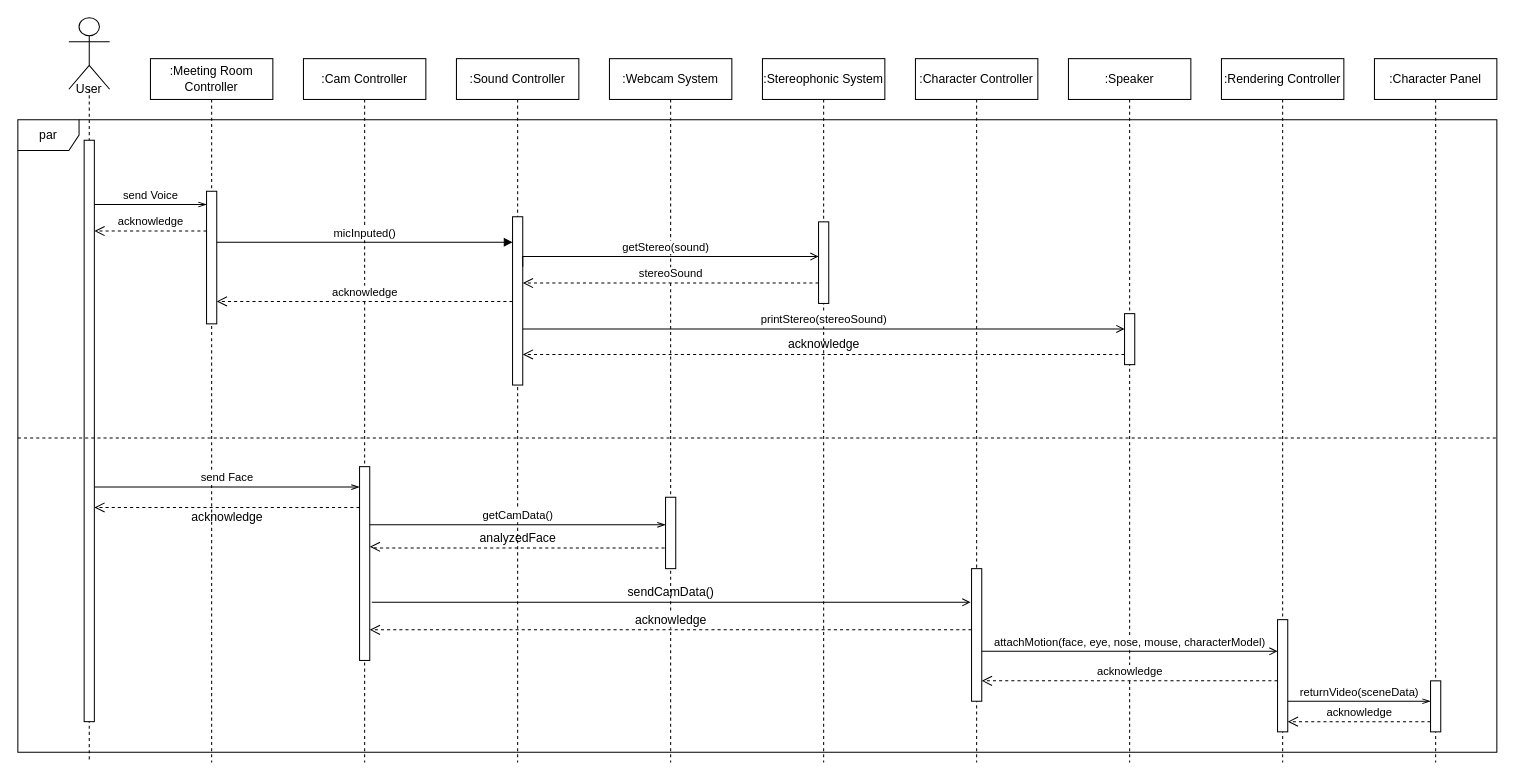
Earlier version of the draw.io diagram SD7(1).drawio (ONFFLine/Diagram). Source tidied: cells renumbered, new cells numbered last; positions are measured from the earlier drawing's top-left corner, leaving out a move shared by most shapes. Both pictures are drawn from the tidied source at 102%, with x=0, y=0 at pixel (17, 17).
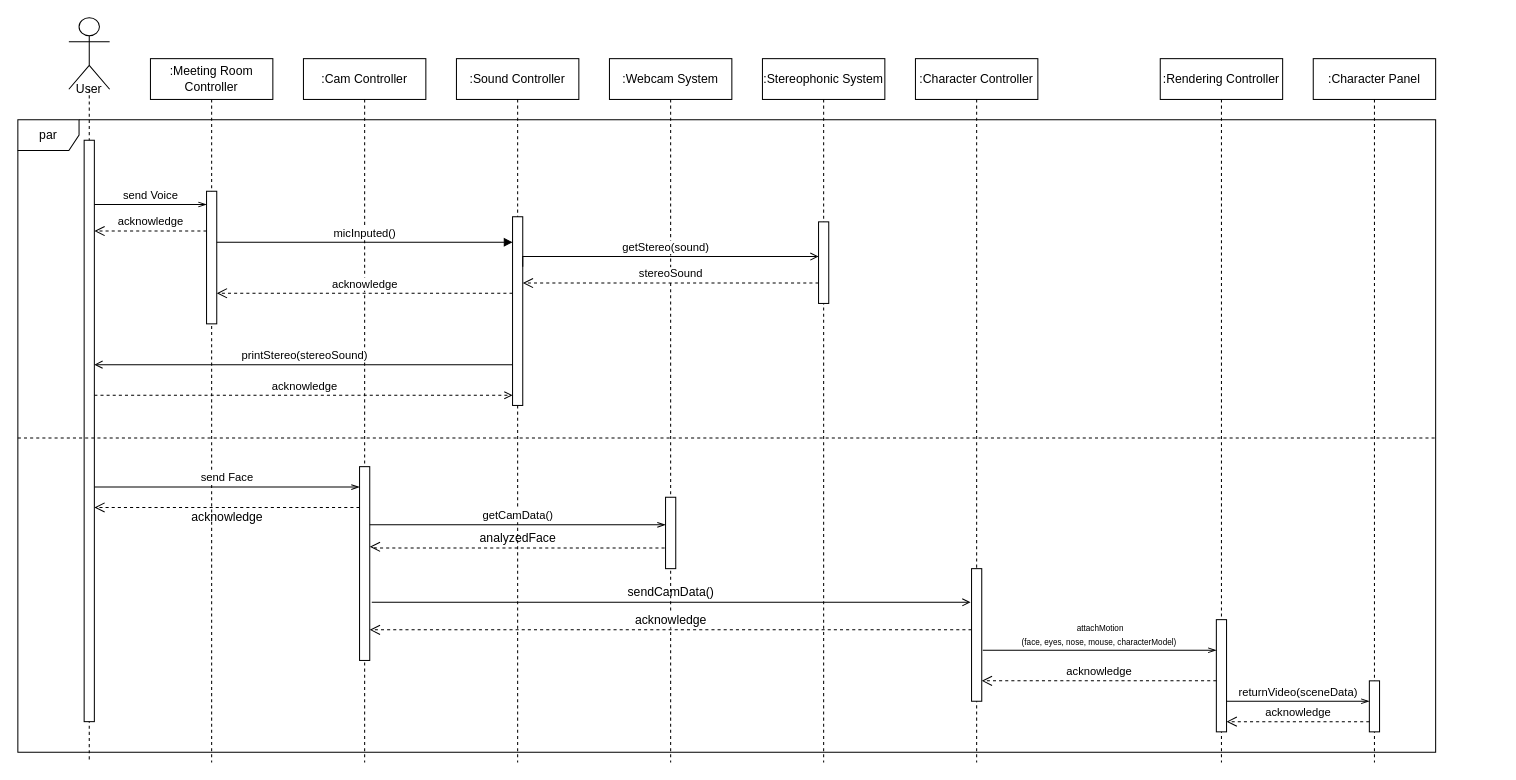
The same diagram, later.

Unchanged cells that the change refers to:
```xml
<mxCell id="7" value=":Sound Controller" style="shape=umlLifeline;perimeter=lifelinePerimeter;whiteSpace=wrap;html=1;" parent="1" vertex="1">
  <mxGeometry x="430" y="40" width="120" height="690" as="geometry" />
</mxCell>
<mxCell id="11" value=":Stereophonic System" style="shape=umlLifeline;perimeter=lifelinePerimeter;whiteSpace=wrap;html=1;" parent="1" vertex="1">
  <mxGeometry x="730" y="40" width="120" height="690" as="geometry" />
</mxCell>
<mxCell id="15" style="html=1;points=[];perimeter=orthogonalPerimeter;" parent="14" vertex="1">
  <mxGeometry x="55" y="500" width="10" height="130" as="geometry" />
</mxCell>
<mxCell id="19" style="html=1;points=[];perimeter=orthogonalPerimeter;" parent="18" vertex="1">
  <mxGeometry x="15" y="120" width="10" height="570" as="geometry" />
</mxCell>
<mxCell id="33" style="html=1;points=[];perimeter=orthogonalPerimeter;" parent="32" vertex="1">
  <mxGeometry x="55" y="550" width="10" height="110" as="geometry" />
</mxCell>
<mxCell id="35" style="html=1;points=[];perimeter=orthogonalPerimeter;" parent="34" vertex="1">
  <mxGeometry x="55" y="610" width="10" height="50" as="geometry" />
</mxCell>
```

Diff of the diagram source:
```diff
@@
     <mxCell id="2" value="par" style="shape=umlFrame;whiteSpace=wrap;html=1;" parent="1" vertex="1">
-      <mxGeometry y="100" width="1450" height="620" as="geometry" />
+      <mxGeometry y="100" width="1390" height="620" as="geometry" />
     </mxCell>
@@
     <mxCell id="8" style="html=1;points=[];perimeter=orthogonalPerimeter;" parent="7" vertex="1">
-      <mxGeometry x="55" y="155" width="10" height="165" as="geometry" />
+      <mxGeometry x="55" y="155" width="10" height="185" as="geometry" />
     </mxCell>
@@
-    <mxCell id="13" value="acknowledge" style="text;html=1;align=center;verticalAlign=middle;strokeColor=none;" parent="11" vertex="1">
-      <mxGeometry x="15" y="270" width="90" height="20" as="geometry" />
-    </mxCell>
@@
-    <mxCell id="16" value=":Speaker" style="shape=umlLifeline;perimeter=lifelinePerimeter;whiteSpace=wrap;html=1;" parent="1" vertex="1">
-      <mxGeometry x="1030" y="40" width="120" height="690" as="geometry" />
-    </mxCell>
-    <mxCell id="17" style="html=1;points=[];perimeter=orthogonalPerimeter;" parent="16" vertex="1">
-      <mxGeometry x="55" y="250" width="10" height="50" as="geometry" />
-    </mxCell>
@@
     <mxCell id="24" value="acknowledge" style="html=1;verticalAlign=bottom;endArrow=open;dashed=1;endSize=8;rounded=0;edgeStyle=orthogonalEdgeStyle;" parent="1" edge="1" source="8">
       <mxGeometry relative="1" as="geometry">
-        <mxPoint x="195" y="278" as="targetPoint" />
+        <mxPoint x="195" y="270" as="targetPoint" />
         <Array as="points">
-          <mxPoint x="195" y="278" />
+          <mxPoint x="195" y="270" />
         </Array>
       </mxGeometry>
     </mxCell>
@@
-    <mxCell id="26" value="printStereo(stereoSound)" style="html=1;verticalAlign=bottom;endArrow=open;rounded=0;edgeStyle=orthogonalEdgeStyle;endFill=0;" parent="1" edge="1" source="8" target="17">
-      <mxGeometry relative="1" as="geometry">
-        <Array as="points">
-          <mxPoint x="1000" y="305" />
-          <mxPoint x="1000" y="305" />
-        </Array>
-      </mxGeometry>
-    </mxCell>
-    <mxCell id="27" style="html=1;verticalAlign=bottom;endArrow=open;dashed=1;endSize=8;rounded=0;edgeStyle=orthogonalEdgeStyle;" parent="1" edge="1" source="17" target="8">
-      <mxGeometry relative="1" as="geometry">
-        <Array as="points">
-          <mxPoint x="640" y="330" />
-          <mxPoint x="640" y="330" />
-        </Array>
-      </mxGeometry>
-    </mxCell>
@@
     <mxCell id="32" value=":Rendering Controller" style="shape=umlLifeline;perimeter=lifelinePerimeter;whiteSpace=wrap;html=1;" parent="1" vertex="1">
-      <mxGeometry x="1180" y="40" width="120" height="690" as="geometry" />
+      <mxGeometry x="1120" y="40" width="120" height="690" as="geometry" />
     </mxCell>
@@
     <mxCell id="34" value=":Character Panel" style="shape=umlLifeline;perimeter=lifelinePerimeter;whiteSpace=wrap;html=1;" parent="1" vertex="1">
-      <mxGeometry x="1330" y="40" width="120" height="690" as="geometry" />
+      <mxGeometry x="1270" y="40" width="120" height="690" as="geometry" />
     </mxCell>
@@
-    <mxCell id="37" value="attachMotion(face, eye, nose, mouse, characterModel)" style="html=1;verticalAlign=bottom;endArrow=open;rounded=0;edgeStyle=orthogonalEdgeStyle;endFill=0;" parent="1" edge="1">
-      <mxGeometry relative="1" as="geometry">
-        <mxPoint x="945" y="621" as="sourcePoint" />
-        <mxPoint x="1235" y="621" as="targetPoint" />
-        <Array as="points">
-          <mxPoint x="1110" y="621" />
-          <mxPoint x="1110" y="621" />
-        </Array>
-      </mxGeometry>
-    </mxCell>
     <mxCell id="38" value="returnVideo(sceneData)" style="html=1;verticalAlign=bottom;endArrow=openThin;rounded=0;edgeStyle=orthogonalEdgeStyle;endFill=0;" parent="1" edge="1" source="33" target="35">
       <mxGeometry relative="1" as="geometry">
         <Array as="points">
-          <mxPoint x="1320" y="670" />
-          <mxPoint x="1320" y="670" />
+          <mxPoint x="1260" y="670" />
+          <mxPoint x="1260" y="670" />
         </Array>
       </mxGeometry>
     </mxCell>
     <mxCell id="39" value="acknowledge" style="html=1;verticalAlign=bottom;endArrow=open;dashed=1;endSize=8;rounded=0;edgeStyle=orthogonalEdgeStyle;" parent="1" edge="1" source="33" target="15">
       <mxGeometry relative="1" as="geometry">
         <Array as="points">
-          <mxPoint x="1190" y="650" />
-          <mxPoint x="1190" y="650" />
+          <mxPoint x="1080" y="650" />
+          <mxPoint x="1080" y="650" />
         </Array>
       </mxGeometry>
     </mxCell>
     <mxCell id="40" value="acknowledge" style="html=1;verticalAlign=bottom;endArrow=open;dashed=1;endSize=8;rounded=0;edgeStyle=orthogonalEdgeStyle;" parent="1" edge="1" source="35" target="33">
       <mxGeometry relative="1" as="geometry">
         <Array as="points">
-          <mxPoint x="1300" y="690" />
-          <mxPoint x="1300" y="690" />
+          <mxPoint x="1240" y="690" />
+          <mxPoint x="1240" y="690" />
         </Array>
       </mxGeometry>
     </mxCell>
@@
+    <mxCell id="47" value="&lt;font style=&quot;font-size: 8px&quot;&gt;attachMotion&lt;br&gt;(face, eyes, nose, mouse, characterModel)&amp;nbsp;&lt;/font&gt;" style="html=1;verticalAlign=bottom;endArrow=openThin;rounded=0;edgeStyle=orthogonalEdgeStyle;endFill=0;" parent="1" edge="1" target="33">
+      <mxGeometry relative="1" as="geometry">
+        <mxPoint x="946" y="620" as="sourcePoint" />
+        <Array as="points">
+          <mxPoint x="1090" y="620" />
+          <mxPoint x="1090" y="620" />
+        </Array>
+      </mxGeometry>
+    </mxCell>
+    <mxCell id="48" style="edgeStyle=orthogonalEdgeStyle;rounded=0;jettySize=auto;html=1;endArrow=open;endFill=0;" parent="1" edge="1" source="8" target="19">
+      <mxGeometry relative="1" as="geometry">
+        <Array as="points">
+          <mxPoint x="280" y="340" />
+          <mxPoint x="280" y="340" />
+        </Array>
+      </mxGeometry>
+    </mxCell>
+    <mxCell id="26" value="printStereo(stereoSound)" style="edgeLabel;html=1;align=center;verticalAlign=middle;" parent="48" vertex="1">
+      <mxGeometry x="-0.11" y="-1" relative="1" as="geometry">
+        <mxPoint x="-23" y="-9" as="offset" />
+      </mxGeometry>
+    </mxCell>
+    <mxCell id="49" style="edgeStyle=orthogonalEdgeStyle;rounded=0;jettySize=auto;html=1;dashed=1;endArrow=open;endFill=0;" parent="1" edge="1" source="19" target="8">
+      <mxGeometry relative="1" as="geometry">
+        <Array as="points">
+          <mxPoint x="280" y="370" />
+          <mxPoint x="280" y="370" />
+        </Array>
+      </mxGeometry>
+    </mxCell>
+    <mxCell id="13" value="acknowledge" style="edgeLabel;html=1;align=center;verticalAlign=middle;" parent="49" vertex="1">
+      <mxGeometry x="-0.06" y="2" relative="1" as="geometry">
+        <mxPoint x="12" y="-8" as="offset" />
+      </mxGeometry>
+    </mxCell>
```
